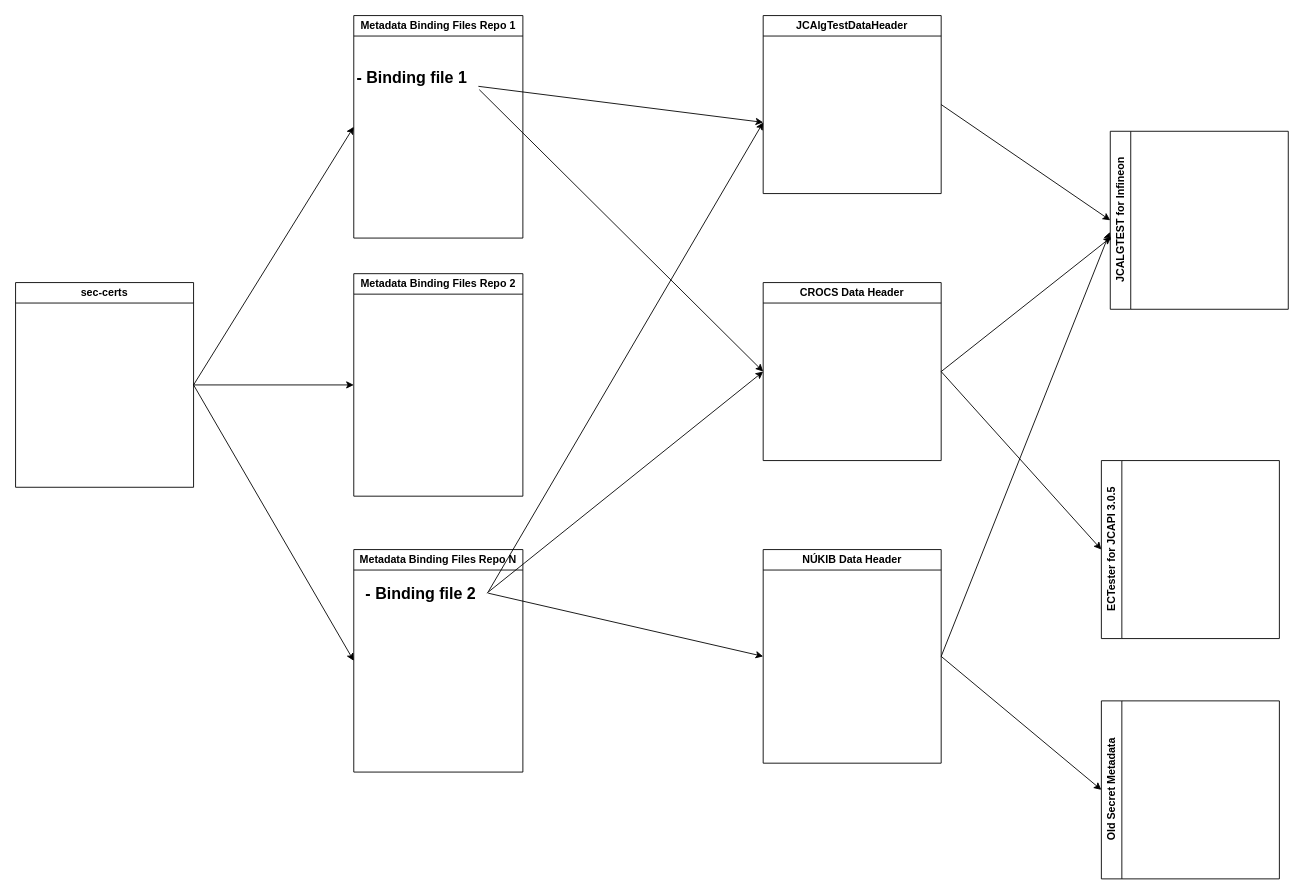
The draw.io diagram Diagrams/vis.drawio in crocs-muni/seccerts-overlay, before the edit. Source tidied: cells renumbered, new cells numbered last; positions are measured from the earlier drawing's top-left corner, leaving out a move shared by most shapes. Both pictures are drawn from the tidied source at 89%, with x=0, y=0 at pixel (15, 15).
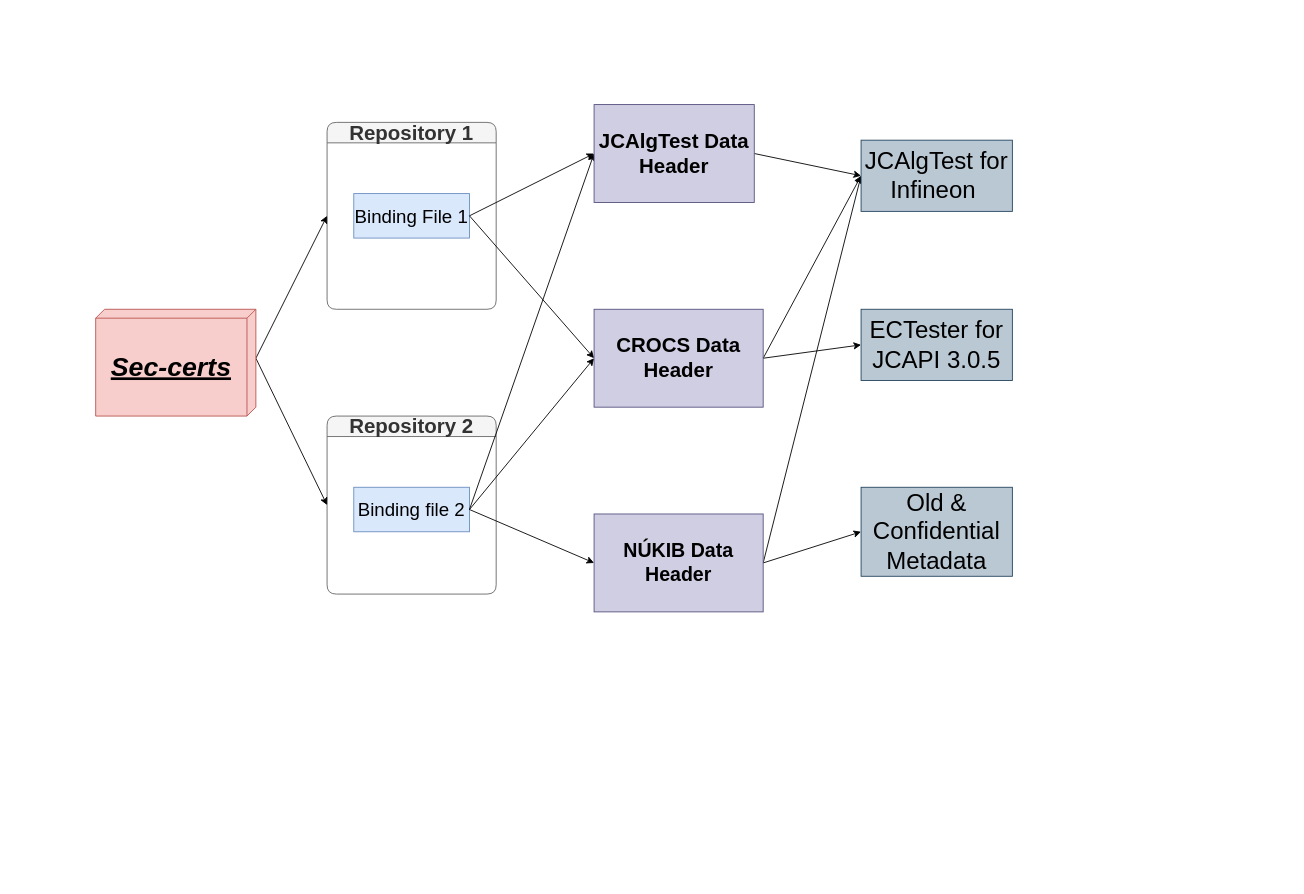
After the change.

What changed in the source:
```diff
@@
-    <mxCell id="2" value="sec-certs" style="swimlane;whiteSpace=wrap;html=1;" parent="1" vertex="1">
-      <mxGeometry y="300" width="200" height="230" as="geometry" />
-    </mxCell>
-    <mxCell id="3" value="Metadata Binding Files Repo 1" style="swimlane;mt=1;whiteSpace=wrap;html=1;startSize=23;" parent="1" vertex="1">
-      <mxGeometry x="380" width="190" height="250" as="geometry" />
+    <mxCell id="3" value="Repository 1" style="swimlane;mt=1;whiteSpace=wrap;html=1;startSize=23;fontSize=23;fillColor=#f5f5f5;fontColor=#333333;strokeColor=#666666;glass=0;rounded=1;" parent="1" vertex="1">
+      <mxGeometry x="350" y="120" width="190" height="210" as="geometry" />
     </mxCell>
-    <mxCell id="4" value="&lt;b&gt;&lt;font style=&quot;font-size: 18px;&quot;&gt;- Binding file 1&lt;br&gt;&lt;/font&gt;&lt;/b&gt;" style="text;html=1;align=center;verticalAlign=middle;points=[];strokeColor=none;fillColor=none;" parent="3" vertex="1">
-      <mxGeometry x="-10" y="50" width="150" height="40" as="geometry" />
-    </mxCell>
-    <mxCell id="5" value="Metadata Binding Files Repo 2" style="swimlane;mt=1;whiteSpace=wrap;html=1;startSize=23;" parent="1" vertex="1">
-      <mxGeometry x="380" y="290" width="190" height="250" as="geometry" />
-    </mxCell>
+    <mxCell id="27" value="Binding File 1" style="html=1;whiteSpace=wrap;fontSize=21;fillColor=#dae8fc;strokeColor=#6c8ebf;" parent="3" vertex="1">
+      <mxGeometry x="30" y="80" width="130" height="50" as="geometry" />
+    </mxCell>
-    <mxCell id="6" value="Metadata Binding Files Repo N" style="swimlane;mt=1;whiteSpace=wrap;html=1;startSize=23;" parent="1" vertex="1">
-      <mxGeometry x="380" y="600" width="190" height="250" as="geometry" />
+    <mxCell id="6" value="Repository 2" style="swimlane;mt=1;whiteSpace=wrap;html=1;startSize=23;fontSize=23;fillColor=#f5f5f5;fontColor=#333333;strokeColor=#666666;rounded=1;shadow=0;" parent="1" vertex="1">
+      <mxGeometry x="350" y="450" width="190" height="200" as="geometry" />
     </mxCell>
-    <mxCell id="7" value="&lt;b&gt;&lt;font style=&quot;font-size: 18px;&quot;&gt;- Binding file 2&lt;br&gt;&lt;/font&gt;&lt;/b&gt;" style="text;html=1;align=center;verticalAlign=middle;points=[];strokeColor=none;fillColor=none;" parent="6" vertex="1">
-      <mxGeometry y="30" width="150" height="40" as="geometry" />
-    </mxCell>
+    <mxCell id="28" value="Binding file 2" style="html=1;whiteSpace=wrap;fontSize=21;fillColor=#dae8fc;strokeColor=#6c8ebf;" parent="6" vertex="1">
+      <mxGeometry x="30" y="80" width="130" height="50" as="geometry" />
+    </mxCell>
-    <mxCell id="8" style="endArrow=classic;html=1;rounded=0;exitX=1;exitY=0.5;exitDx=0;exitDy=0;entryX=0;entryY=0.5;entryDx=0;entryDy=0;" parent="1" edge="1" source="2" target="3">
+    <mxCell id="8" style="endArrow=classic;html=1;rounded=0;exitX=0;exitY=0;exitDx=55;exitDy=0;entryX=0;entryY=0.5;entryDx=0;entryDy=0;exitPerimeter=0;" parent="1" edge="1" source="30" target="3">
       <mxGeometry relative="1" as="geometry" />
     </mxCell>
-    <mxCell id="9" style="endArrow=classic;html=1;rounded=0;exitX=1;exitY=0.5;exitDx=0;exitDy=0;entryX=0;entryY=0.5;entryDx=0;entryDy=0;" parent="1" edge="1" source="2" target="5">
-      <mxGeometry relative="1" as="geometry" />
-    </mxCell>
-    <mxCell id="10" style="endArrow=classic;html=1;rounded=0;entryX=0;entryY=0.5;entryDx=0;entryDy=0;exitX=1;exitY=0.5;exitDx=0;exitDy=0;" parent="1" edge="1" source="2" target="6">
+    <mxCell id="10" style="endArrow=classic;html=1;rounded=0;entryX=0;entryY=0.5;entryDx=0;entryDy=0;exitX=0;exitY=0;exitDx=55;exitDy=0;exitPerimeter=0;" parent="1" edge="1" source="30" target="6">
       <mxGeometry relative="1" as="geometry" />
     </mxCell>
-    <mxCell id="11" value="JCAlgTestDataHeader" style="swimlane;whiteSpace=wrap;html=1;" parent="1" vertex="1">
-      <mxGeometry x="840" width="200" height="200" as="geometry" />
-    </mxCell>
-    <mxCell id="12" value="NÚKIB Data Header" style="swimlane;whiteSpace=wrap;html=1;startSize=23;" parent="1" vertex="1">
-      <mxGeometry x="840" y="600" width="200" height="240" as="geometry" />
-    </mxCell>
-    <mxCell id="13" value="CROCS Data Header" style="swimlane;whiteSpace=wrap;html=1;" parent="1" vertex="1">
-      <mxGeometry x="840" y="300" width="200" height="200" as="geometry" />
-    </mxCell>
-    <mxCell id="14" value="JCALGTEST for Infineon" style="swimlane;horizontal=0;whiteSpace=wrap;html=1;" parent="1" vertex="1">
-      <mxGeometry x="1230" y="130" width="200" height="200" as="geometry" />
-    </mxCell>
-    <mxCell id="15" value="ECTester for JCAPI 3.0.5" style="swimlane;horizontal=0;whiteSpace=wrap;html=1;" parent="1" vertex="1">
-      <mxGeometry x="1220" y="500" width="200" height="200" as="geometry" />
-    </mxCell>
-    <mxCell id="16" style="endArrow=classic;html=1;rounded=0;" parent="1" edge="1" source="4">
-      <mxGeometry relative="1" as="geometry">
-        <mxPoint x="840" y="120" as="targetPoint" />
-      </mxGeometry>
+    <mxCell id="16" style="endArrow=classic;html=1;rounded=0;exitX=1;exitY=0.5;exitDx=0;exitDy=0;entryX=0;entryY=0.5;entryDx=0;entryDy=0;" parent="1" edge="1" source="27" target="29">
+      <mxGeometry relative="1" as="geometry" />
     </mxCell>
-    <mxCell id="17" style="endArrow=classic;html=1;rounded=0;exitX=1.007;exitY=0.832;exitDx=0;exitDy=0;entryX=0;entryY=0.5;entryDx=0;entryDy=0;exitPerimeter=0;" parent="1" edge="1" source="4" target="13">
+    <mxCell id="17" style="endArrow=classic;html=1;rounded=0;entryX=0;entryY=0.5;entryDx=0;entryDy=0;exitX=1;exitY=0.5;exitDx=0;exitDy=0;" parent="1" edge="1" source="27" target="13">
       <mxGeometry relative="1" as="geometry" />
     </mxCell>
-    <mxCell id="18" style="endArrow=classic;html=1;rounded=0;exitX=1.007;exitY=0.439;exitDx=0;exitDy=0;exitPerimeter=0;" parent="1" edge="1" source="7">
-      <mxGeometry relative="1" as="geometry">
-        <mxPoint x="840" y="120" as="targetPoint" />
-      </mxGeometry>
+    <mxCell id="18" style="endArrow=classic;html=1;rounded=0;exitX=1;exitY=0.5;exitDx=0;exitDy=0;entryX=0;entryY=0.5;entryDx=0;entryDy=0;" parent="1" edge="1" source="28" target="29">
+      <mxGeometry relative="1" as="geometry" />
     </mxCell>
-    <mxCell id="19" style="endArrow=classic;html=1;rounded=0;exitX=0.997;exitY=0.475;exitDx=0;exitDy=0;exitPerimeter=0;" parent="1" edge="1" source="7">
-      <mxGeometry relative="1" as="geometry">
-        <mxPoint x="840" y="400" as="targetPoint" />
-      </mxGeometry>
+    <mxCell id="19" style="endArrow=classic;html=1;rounded=0;exitX=1;exitY=0.5;exitDx=0;exitDy=0;entryX=0;entryY=0.5;entryDx=0;entryDy=0;" parent="1" edge="1" source="28" target="13">
+      <mxGeometry relative="1" as="geometry" />
     </mxCell>
-    <mxCell id="20" style="endArrow=classic;html=1;rounded=0;entryX=0;entryY=0.5;entryDx=0;entryDy=0;exitX=1.007;exitY=0.475;exitDx=0;exitDy=0;exitPerimeter=0;" parent="1" edge="1" source="7" target="12">
+    <mxCell id="20" style="endArrow=classic;html=1;rounded=0;entryX=0;entryY=0.5;entryDx=0;entryDy=0;exitX=1;exitY=0.5;exitDx=0;exitDy=0;" parent="1" edge="1" source="28" target="12">
       <mxGeometry relative="1" as="geometry" />
     </mxCell>
-    <mxCell id="21" style="endArrow=classic;html=1;rounded=0;exitX=1;exitY=0.5;exitDx=0;exitDy=0;entryX=0;entryY=0.5;entryDx=0;entryDy=0;" parent="1" edge="1" source="11" target="14">
+    <mxCell id="21" style="endArrow=classic;html=1;rounded=0;exitX=1;exitY=0.5;exitDx=0;exitDy=0;entryX=0.5;entryY=0;entryDx=0;entryDy=0;" parent="1" edge="1" source="29" target="31">
       <mxGeometry relative="1" as="geometry" />
     </mxCell>
-    <mxCell id="22" style="endArrow=classic;html=1;rounded=0;exitX=1;exitY=0.5;exitDx=0;exitDy=0;entryX=0.005;entryY=0.595;entryDx=0;entryDy=0;entryPerimeter=0;" parent="1" edge="1" source="13" target="14">
+    <mxCell id="22" style="endArrow=classic;html=1;rounded=0;exitX=1;exitY=0.5;exitDx=0;exitDy=0;entryX=0.5;entryY=0;entryDx=0;entryDy=0;" parent="1" edge="1" source="13" target="31">
       <mxGeometry relative="1" as="geometry" />
     </mxCell>
-    <mxCell id="23" style="endArrow=classic;html=1;rounded=0;exitX=1;exitY=0.5;exitDx=0;exitDy=0;entryX=0;entryY=0.5;entryDx=0;entryDy=0;" parent="1" edge="1" source="13" target="15">
+    <mxCell id="23" style="endArrow=classic;html=1;rounded=0;exitX=1;exitY=0.5;exitDx=0;exitDy=0;entryX=0.5;entryY=0;entryDx=0;entryDy=0;" parent="1" edge="1" source="13" target="15">
       <mxGeometry relative="1" as="geometry" />
     </mxCell>
-    <mxCell id="24" value="Old Secret Metadata" style="swimlane;horizontal=0;whiteSpace=wrap;html=1;" parent="1" vertex="1">
-      <mxGeometry x="1220" y="770" width="200" height="200" as="geometry" />
-    </mxCell>
-    <mxCell id="25" style="endArrow=classic;html=1;rounded=0;exitX=1;exitY=0.5;exitDx=0;exitDy=0;entryX=-0.002;entryY=0.566;entryDx=0;entryDy=0;entryPerimeter=0;" parent="1" edge="1" source="12" target="14">
+    <mxCell id="25" style="endArrow=classic;html=1;rounded=0;exitX=1;exitY=0.5;exitDx=0;exitDy=0;entryX=0.5;entryY=0;entryDx=0;entryDy=0;" parent="1" edge="1" source="12" target="31">
       <mxGeometry relative="1" as="geometry" />
     </mxCell>
-    <mxCell id="26" style="endArrow=classic;html=1;rounded=0;exitX=1;exitY=0.5;exitDx=0;exitDy=0;entryX=0;entryY=0.5;entryDx=0;entryDy=0;" parent="1" edge="1" source="12" target="24">
+    <mxCell id="26" style="endArrow=classic;html=1;rounded=0;entryX=0.5;entryY=0;entryDx=0;entryDy=0;exitX=1;exitY=0.5;exitDx=0;exitDy=0;" parent="1" edge="1" source="12" target="32">
       <mxGeometry relative="1" as="geometry" />
     </mxCell>
+    <mxCell id="29" value="JCAlgTest Data Header" style="html=1;whiteSpace=wrap;fontSize=23;fontStyle=1;fillColor=#d0cee2;strokeColor=#56517e;" parent="1" vertex="1">
+      <mxGeometry x="650" y="100" width="180" height="110" as="geometry" />
+    </mxCell>
+    <mxCell id="13" value="CROCS Data Header" style="html=1;whiteSpace=wrap;fontSize=23;fontStyle=1;fillColor=#d0cee2;strokeColor=#56517e;" parent="1" vertex="1">
+      <mxGeometry x="650" y="330" width="190" height="110" as="geometry" />
+    </mxCell>
+    <mxCell id="12" value="NÚKIB Data Header" style="html=1;whiteSpace=wrap;fontSize=22;fontStyle=1;fillColor=#d0cee2;strokeColor=#56517e;" parent="1" vertex="1">
+      <mxGeometry x="650" y="560" width="190" height="110" as="geometry" />
+    </mxCell>
+    <mxCell id="30" value="Sec-certs" style="verticalAlign=middle;align=center;spacingTop=8;spacingLeft=2;spacingRight=12;shape=cube;size=10;direction=south;fontStyle=7;html=1;whiteSpace=wrap;fontSize=30;fillColor=#f8cecc;strokeColor=#b85450;" parent="1" vertex="1">
+      <mxGeometry x="90" y="330" width="180" height="120" as="geometry" />
+    </mxCell>
+    <mxCell id="31" value="JCAlgTest for Infineon&amp;nbsp;" style="html=1;whiteSpace=wrap;direction=north;flipH=0;flipV=1;fontSize=27;horizontal=1;fontStyle=0;fillColor=#bac8d3;strokeColor=#23445d;" parent="1" vertex="1">
+      <mxGeometry x="950" y="140" width="170" height="80" as="geometry" />
+    </mxCell>
+    <mxCell id="15" value="ECTester for JCAPI 3.0.5" style="html=1;whiteSpace=wrap;direction=north;flipH=0;flipV=1;fontSize=27;horizontal=1;fontStyle=0;fillColor=#bac8d3;strokeColor=#23445d;" parent="1" vertex="1">
+      <mxGeometry x="950" y="330" width="170" height="80" as="geometry" />
+    </mxCell>
+    <mxCell id="32" value="Old &amp;amp; Confidential Metadata" style="html=1;whiteSpace=wrap;direction=north;flipH=0;flipV=1;fontSize=27;horizontal=1;fontStyle=0;fillColor=#bac8d3;strokeColor=#23445d;" parent="1" vertex="1">
+      <mxGeometry x="950" y="530" width="170" height="100" as="geometry" />
+    </mxCell>
```
